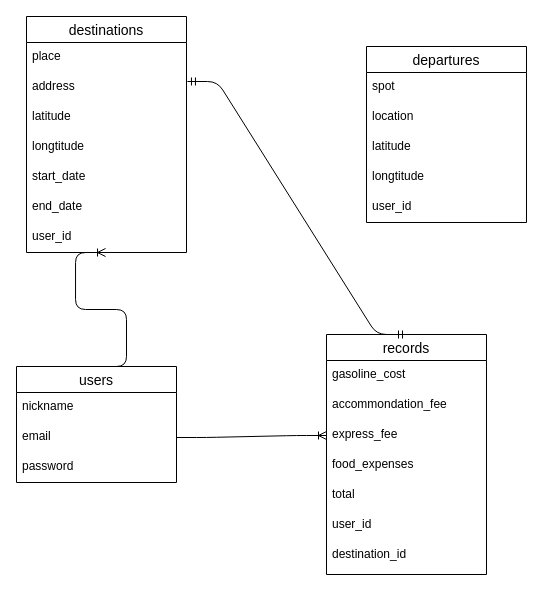
The draw.io diagram travel_memory.dio in sken100627/travel_memory, before the edit. Source tidied: cells renumbered, new cells numbered last; positions are measured from the earlier drawing's top-left corner, leaving out a move shared by most shapes. Both pictures are drawn from the tidied source at 100%, with x=0, y=0 at pixel (16, 16).
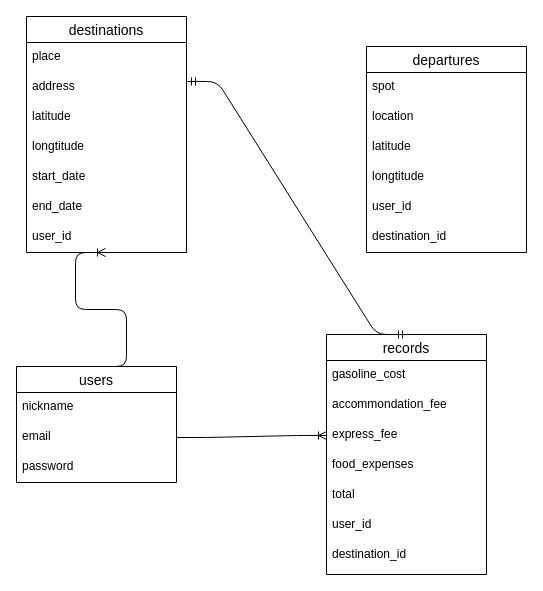
The same page after the edit.

The edit, as a diff of the source:
```diff
@@
     <mxCell id="25" value="departures" style="swimlane;fontStyle=0;horizontal=1;startSize=26;align=center;fontSize=14;" parent="1" vertex="1">
-      <mxGeometry x="350" y="30" width="160" height="176" as="geometry" />
+      <mxGeometry x="350" y="30" width="160" height="206" as="geometry" />
     </mxCell>
@@
+    <mxCell id="31" value="destination_id" style="text;strokeColor=none;fillColor=none;spacingLeft=4;spacingRight=4;overflow=hidden;fontSize=12;" parent="25" vertex="1">
+      <mxGeometry y="176" width="160" height="30" as="geometry" />
+    </mxCell>
```
